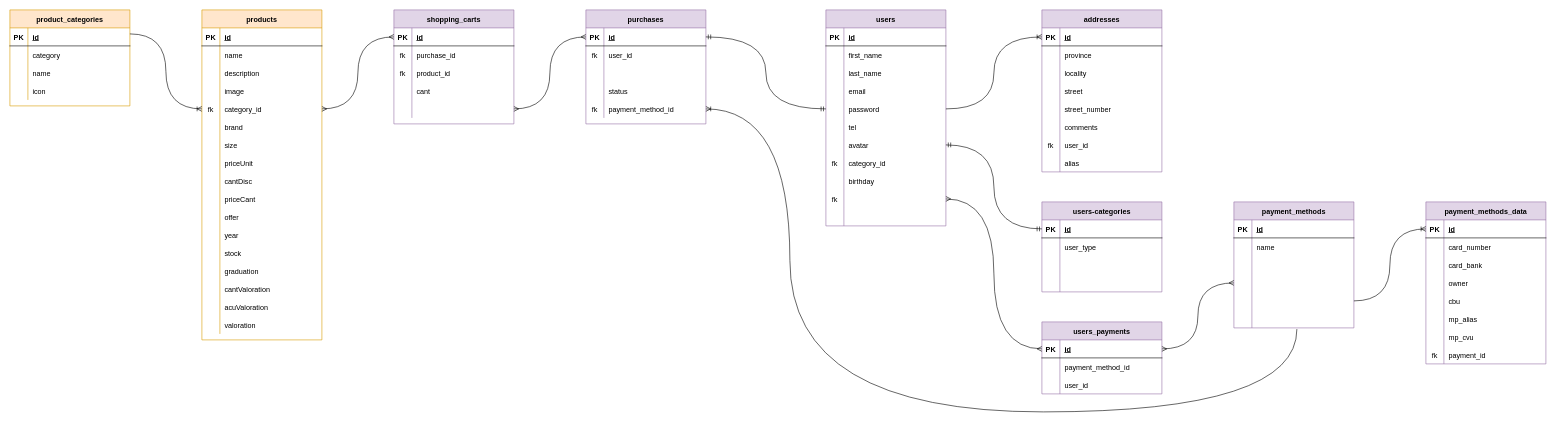
LucasNF22/Let-Bar keeps this draw.io diagram as varios/Diagrama BD Let-Bar.drawio. Above is the earlier version. Source tidied: cells renumbered, new cells numbered last; positions are measured from the earlier drawing's top-left corner, leaving out a move shared by most shapes. Both pictures are drawn from the tidied source at 60%, with x=0, y=0 at pixel (10, 10).
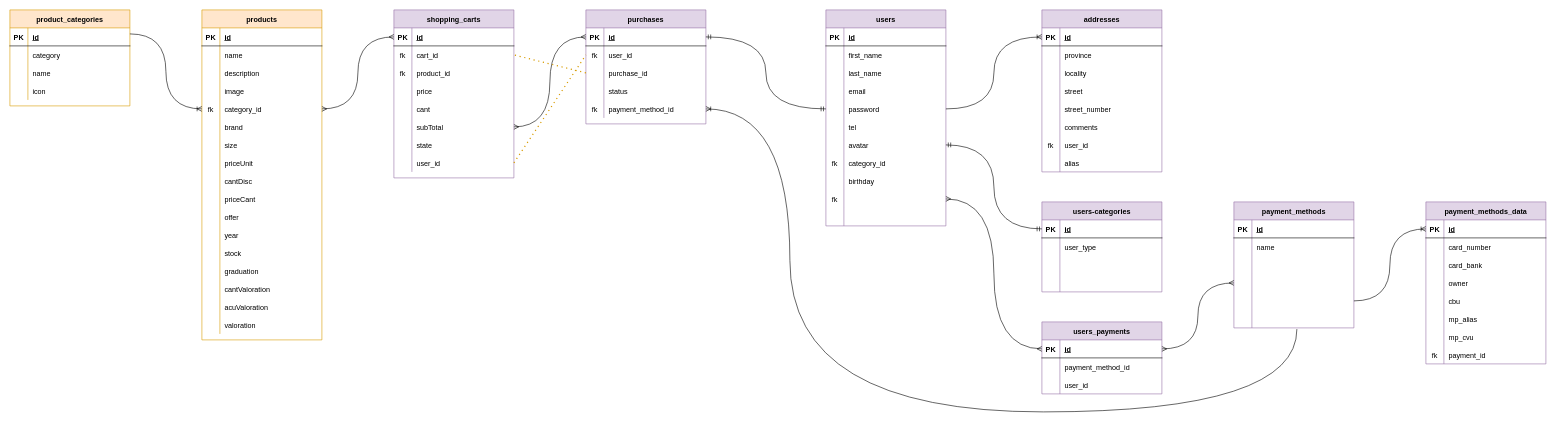
The same page after the edit.

Unchanged cells that the change refers to:
```xml
<mxCell id="92" style="shape=tableRow;horizontal=0;startSize=0;swimlaneHead=0;swimlaneBody=0;fillColor=none;points=[[0,0.5],[1,0.5]];portConstraint=eastwest;top=0;left=0;right=0;bottom=0;" parent="88" vertex="1">
  <mxGeometry y="60" width="200" height="30" as="geometry" />
</mxCell>
<mxCell id="95" style="shape=tableRow;horizontal=0;startSize=0;swimlaneHead=0;swimlaneBody=0;fillColor=none;points=[[0,0.5],[1,0.5]];portConstraint=eastwest;top=0;left=0;right=0;bottom=0;" parent="88" vertex="1">
  <mxGeometry y="90" width="200" height="30" as="geometry" />
</mxCell>
<mxCell id="220" style="shape=tableRow;horizontal=0;startSize=0;swimlaneHead=0;swimlaneBody=0;fillColor=none;points=[[0,0.5],[1,0.5]];portConstraint=eastwest;top=0;left=0;right=0;bottom=0;" parent="216" vertex="1">
  <mxGeometry y="60" width="200" height="30" as="geometry" />
</mxCell>
```

The edit, as a diff of the source:
```diff
@@
-    <mxCell id="97" style="shape=partialRectangle;fillColor=none;top=0;left=0;bottom=0;right=0;align=left;spacingLeft=6;overflow=hidden;" parent="95" vertex="1">
+    <mxCell id="97" value="purchase_id" style="shape=partialRectangle;fillColor=none;top=0;left=0;bottom=0;right=0;align=left;spacingLeft=6;overflow=hidden;" parent="95" vertex="1">
       <mxGeometry x="30" width="170" height="30" as="geometry" />
     </mxCell>
@@
     <mxCell id="216" value="shopping_carts" style="shape=table;startSize=30;childLayout=tableLayout;rowLines=0;fontStyle=1;align=center;fillColor=#e1d5e7;strokeColor=#9673a6;" parent="1" vertex="1">
-      <mxGeometry x="640" width="200" height="190" as="geometry" />
+      <mxGeometry x="640" width="200" height="280" as="geometry" />
     </mxCell>
@@
-    <mxCell id="222" value="purchase_id" style="shape=partialRectangle;fillColor=none;top=0;left=0;bottom=0;right=0;align=left;spacingLeft=6;overflow=hidden;" parent="220" vertex="1">
+    <mxCell id="222" value="cart_id" style="shape=partialRectangle;fillColor=none;top=0;left=0;bottom=0;right=0;align=left;spacingLeft=6;overflow=hidden;" parent="220" vertex="1">
       <mxGeometry x="30" width="170" height="30" as="geometry" />
     </mxCell>
@@
+    <mxCell id="235" style="shape=tableRow;horizontal=0;startSize=0;swimlaneHead=0;swimlaneBody=0;fillColor=none;top=0;left=0;right=0;bottom=0;" parent="216" vertex="1">
+      <mxGeometry y="120" width="200" height="30" as="geometry" />
+    </mxCell>
+    <mxCell id="236" style="shape=partialRectangle;fillColor=none;top=0;left=0;bottom=0;right=0;overflow=hidden;" parent="235" vertex="1">
+      <mxGeometry width="30" height="30" as="geometry" />
+    </mxCell>
+    <mxCell id="237" value="price" style="shape=partialRectangle;fillColor=none;top=0;left=0;bottom=0;right=0;align=left;spacingLeft=6;overflow=hidden;" parent="235" vertex="1">
+      <mxGeometry x="30" width="170" height="30" as="geometry" />
+    </mxCell>
     <mxCell id="226" style="shape=tableRow;horizontal=0;startSize=0;swimlaneHead=0;swimlaneBody=0;fillColor=none;top=0;left=0;right=0;bottom=0;" parent="216" vertex="1">
-      <mxGeometry y="120" width="200" height="30" as="geometry" />
+      <mxGeometry y="150" width="200" height="30" as="geometry" />
     </mxCell>
@@
     <mxCell id="229" style="shape=tableRow;horizontal=0;startSize=0;swimlaneHead=0;swimlaneBody=0;fillColor=none;points=[[0,0.5],[1,0.5]];portConstraint=eastwest;top=0;left=0;right=0;bottom=0;" parent="216" vertex="1">
-      <mxGeometry y="150" width="200" height="30" as="geometry" />
+      <mxGeometry y="180" width="200" height="30" as="geometry" />
     </mxCell>
@@
-    <mxCell id="231" style="shape=partialRectangle;fillColor=none;top=0;left=0;bottom=0;right=0;align=left;spacingLeft=6;overflow=hidden;" parent="229" vertex="1">
+    <mxCell id="231" value="subTotal" style="shape=partialRectangle;fillColor=none;top=0;left=0;bottom=0;right=0;align=left;spacingLeft=6;overflow=hidden;" parent="229" vertex="1">
       <mxGeometry x="30" width="170" height="30" as="geometry" />
     </mxCell>
+    <mxCell id="238" style="shape=tableRow;horizontal=0;startSize=0;swimlaneHead=0;swimlaneBody=0;fillColor=none;top=0;left=0;right=0;bottom=0;" parent="216" vertex="1">
+      <mxGeometry y="210" width="200" height="30" as="geometry" />
+    </mxCell>
+    <mxCell id="239" style="shape=partialRectangle;fillColor=none;top=0;left=0;bottom=0;right=0;overflow=hidden;" parent="238" vertex="1">
+      <mxGeometry width="30" height="30" as="geometry" />
+    </mxCell>
+    <mxCell id="240" value="state" style="shape=partialRectangle;fillColor=none;top=0;left=0;bottom=0;right=0;align=left;spacingLeft=6;overflow=hidden;" parent="238" vertex="1">
+      <mxGeometry x="30" width="170" height="30" as="geometry" />
+    </mxCell>
+    <mxCell id="241" style="shape=tableRow;horizontal=0;startSize=0;swimlaneHead=0;swimlaneBody=0;fillColor=none;points=[[0,0.5],[1,0.5]];portConstraint=eastwest;top=0;left=0;right=0;bottom=0;" parent="216" vertex="1">
+      <mxGeometry y="240" width="200" height="30" as="geometry" />
+    </mxCell>
+    <mxCell id="242" style="shape=partialRectangle;fillColor=none;top=0;left=0;bottom=0;right=0;overflow=hidden;" parent="241" vertex="1">
+      <mxGeometry width="30" height="30" as="geometry" />
+    </mxCell>
+    <mxCell id="243" value="user_id" style="shape=partialRectangle;fillColor=none;top=0;left=0;bottom=0;right=0;align=left;spacingLeft=6;overflow=hidden;" parent="241" vertex="1">
+      <mxGeometry x="30" width="170" height="30" as="geometry" />
+    </mxCell>
@@
+    <mxCell id="244" style="endArrow=none;dashed=1;html=1;dashPattern=1 3;strokeWidth=2;rounded=0;fillColor=#ffe6cc;strokeColor=#d79b00;exitX=1;exitY=0.5;exitDx=0;exitDy=0;entryX=0;entryY=0.5;entryDx=0;entryDy=0;" parent="1" edge="1" source="241" target="92">
+      <mxGeometry relative="1" as="geometry" />
+    </mxCell>
+    <mxCell id="245" style="endArrow=none;dashed=1;html=1;dashPattern=1 3;strokeWidth=2;rounded=0;fillColor=#ffe6cc;strokeColor=#d79b00;entryX=1;entryY=0.5;entryDx=0;entryDy=0;exitX=0;exitY=0.5;exitDx=0;exitDy=0;" parent="1" edge="1" source="95" target="220">
+      <mxGeometry relative="1" as="geometry" />
+    </mxCell>
```
